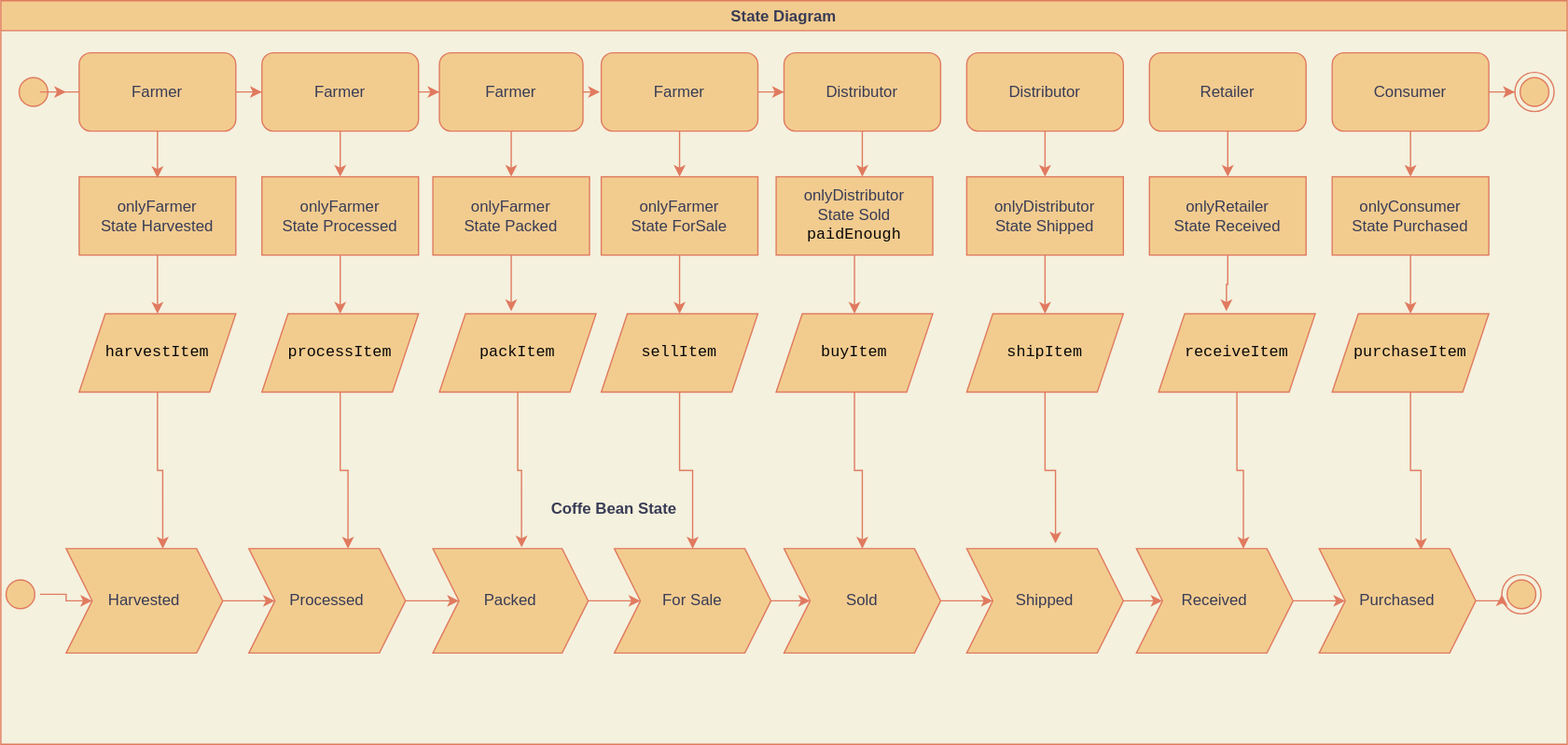
Above: diagrams/state_diagram.svg in clementtrebuchet/nd1309-Project-6b (draw.io), before the change. Source tidied: cells renumbered, new cells last; positions are measured from the earlier drawing's top-left corner, leaving out a move shared by most shapes.
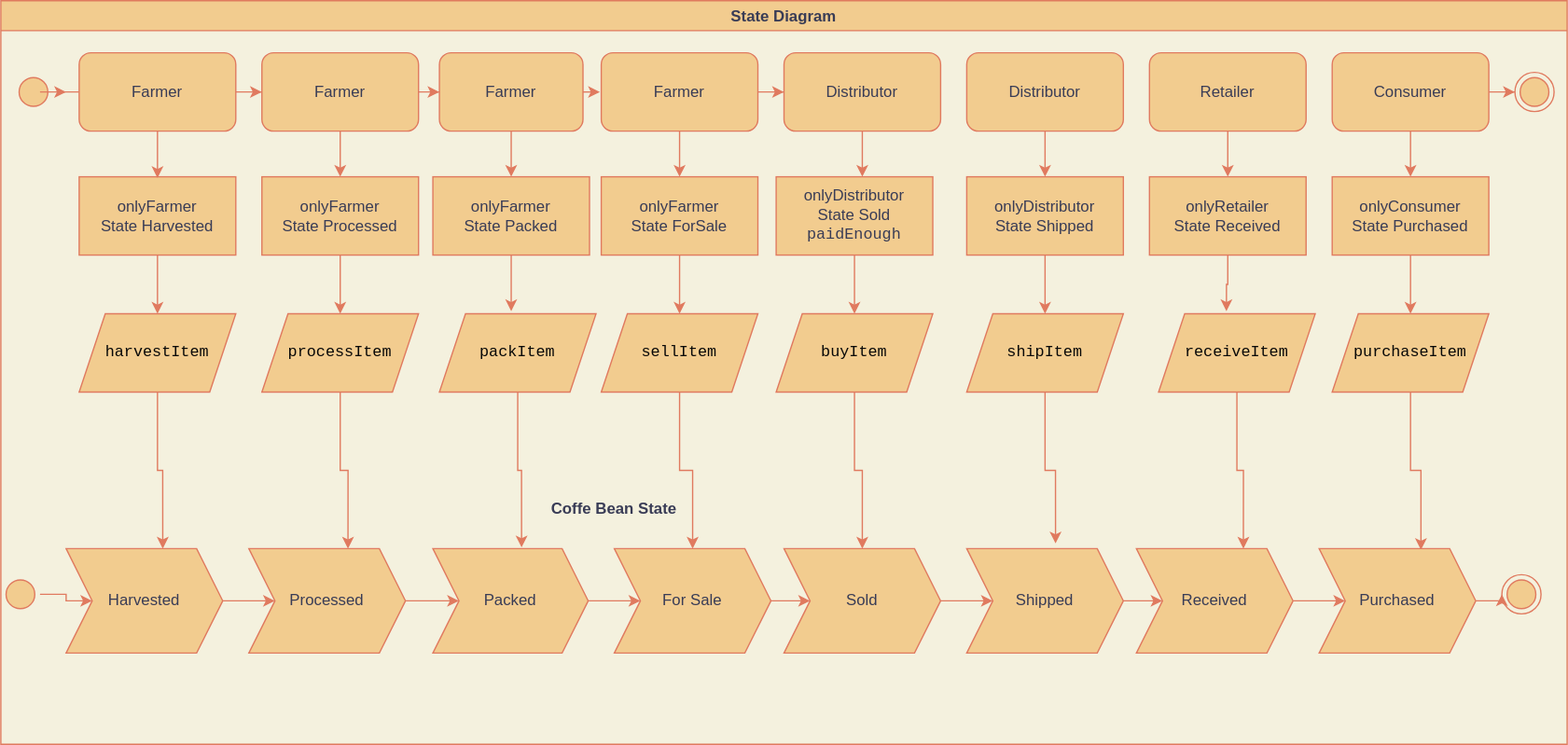
The same diagram one commit later.

Commit message:
Fix the font of the state diagram

Change to the diagram source:
```diff
@@ -92,7 +92,7 @@
     <mxCell id="30" style="edgeStyle=orthogonalEdgeStyle;rounded=0;jettySize=auto;html=1;entryX=0.5;entryY=0;entryDx=0;entryDy=0;labelBackgroundColor=#F4F1DE;strokeColor=#E07A5F;fontColor=#393C56;" parent="2" edge="1" source="31" target="47">
       <mxGeometry relative="1" as="geometry" />
     </mxCell>
-    <mxCell id="31" value="onlyDistributor&lt;br&gt;State Sold&lt;br&gt;&lt;span style=&quot;color: rgb(8 , 8 , 8) ; font-family: &amp;#34;jetbrains mono&amp;#34; , monospace&quot;&gt;paidEnough&lt;/span&gt;" style="rounded=0;whiteSpace=wrap;html=1;fillColor=#F2CC8F;strokeColor=#E07A5F;fontColor=#393C56;" parent="2" vertex="1">
+    <mxCell id="31" value="onlyDistributor&lt;br&gt;State Sold&lt;br&gt;&lt;span style=&quot;font-family: &amp;#34;jetbrains mono&amp;#34; , monospace&quot;&gt;paidEnough&lt;/span&gt;" style="rounded=0;whiteSpace=wrap;html=1;fillColor=#F2CC8F;strokeColor=#E07A5F;fontColor=#393C56;" parent="2" vertex="1">
       <mxGeometry x="594" y="135" width="120" height="60" as="geometry" />
     </mxCell>
     <mxCell id="32" style="edgeStyle=orthogonalEdgeStyle;rounded=0;jettySize=auto;html=1;entryX=0.5;entryY=0;entryDx=0;entryDy=0;labelBackgroundColor=#F4F1DE;strokeColor=#E07A5F;fontColor=#393C56;" parent="2" edge="1" source="33" target="49">
```
